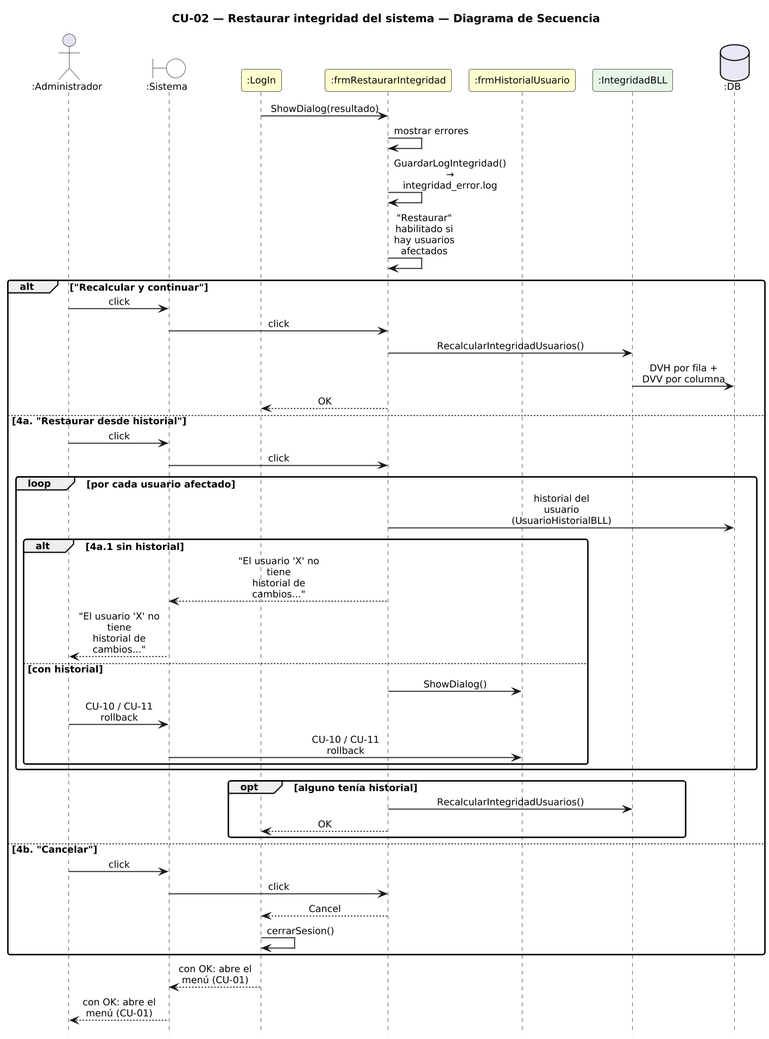
Urrels/ingenieria_software keeps this PlantUML diagram as DIAGRAMAS/DiagramaSecuencia_CU02_RestaurarIntegridad.png. Above is the earlier version.
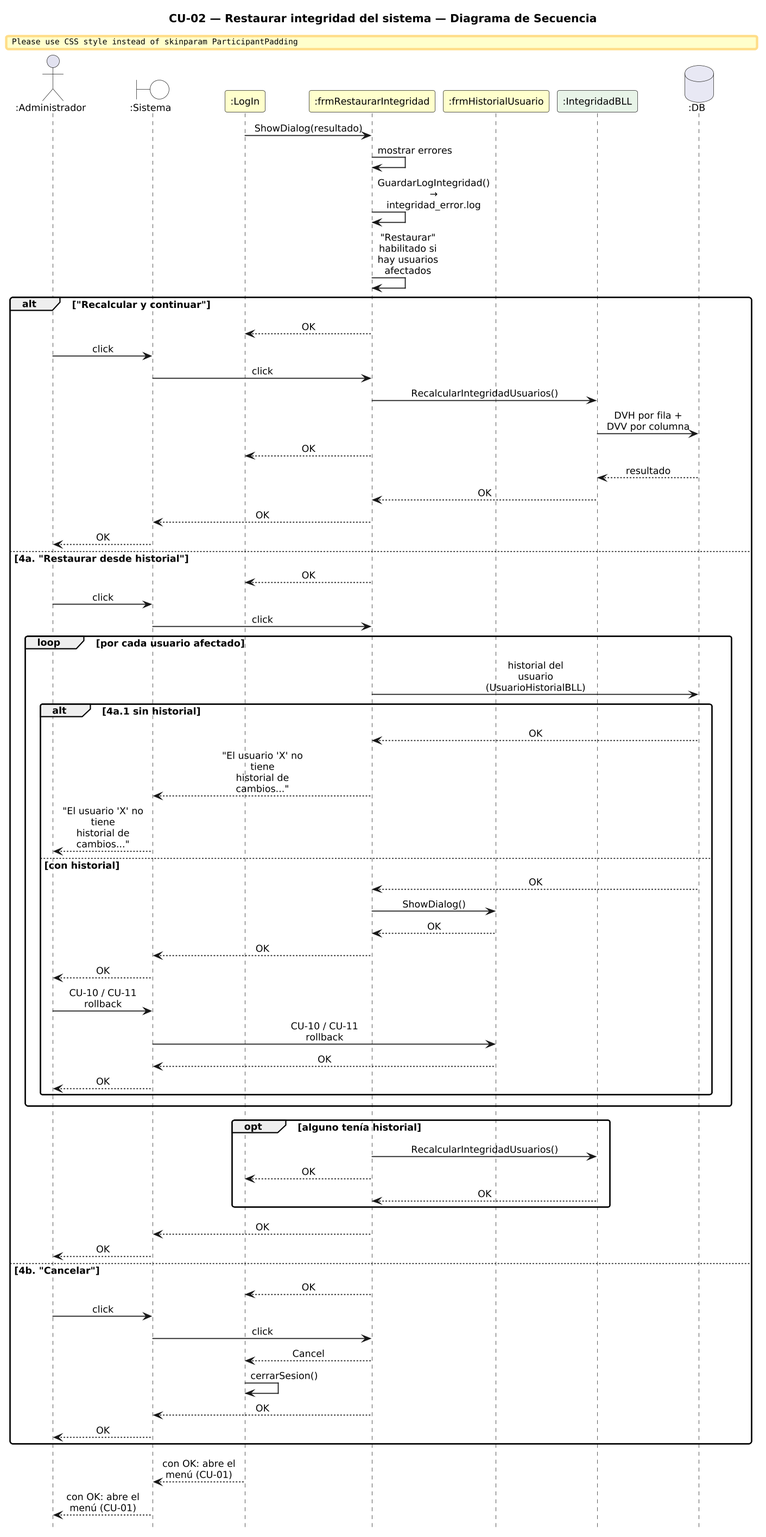
The same file after the commit.

What changed in the source:
```diff
@@ -26,34 +26,53 @@
 F -> F : GuardarLogIntegridad()\n→ integridad_error.log
 F -> F : "Restaurar" habilitado si\nhay usuarios afectados
 alt "Recalcular y continuar"
+  F --> LI : OK
   A -> SYS : click
   SYS -> F : click
   F -> I : RecalcularIntegridadUsuarios()
   I -> DB : DVH por fila + DVV por columna
   F --> LI : OK
+  DB --> I : resultado
+  I --> F : OK
+  F --> SYS : OK
+  SYS --> A : OK
 else 4a. "Restaurar desde historial"
+  F --> LI : OK
   A -> SYS : click
   SYS -> F : click
   loop por cada usuario afectado
     F -> DB : historial del usuario\n(UsuarioHistorialBLL)
     alt 4a.1 sin historial
+      DB --> F : OK
       F --> SYS : "El usuario 'X' no tiene\nhistorial de cambios..."
       SYS --> A : "El usuario 'X' no tiene\nhistorial de cambios..."
     else con historial
+      DB --> F : OK
       F -> FH : ShowDialog()
+      FH --> F : OK
+      F --> SYS : OK
+      SYS --> A : OK
       A -> SYS : CU-10 / CU-11 rollback
       SYS -> FH : CU-10 / CU-11 rollback
+      FH --> SYS : OK
+      SYS --> A : OK
     end
   end
   opt alguno tenía historial
     F -> I : RecalcularIntegridadUsuarios()
     F --> LI : OK
+    I --> F : OK
   end
+    F --> SYS : OK
+    SYS --> A : OK
 else 4b. "Cancelar"
+  F --> LI : OK
   A -> SYS : click
   SYS -> F : click
   F --> LI : Cancel
   LI -> LI : cerrarSesion()
+  F --> SYS : OK
+  SYS --> A : OK
 end
 LI --> SYS : con OK: abre el menú (CU-01)
 SYS --> A : con OK: abre el menú (CU-01)
```
